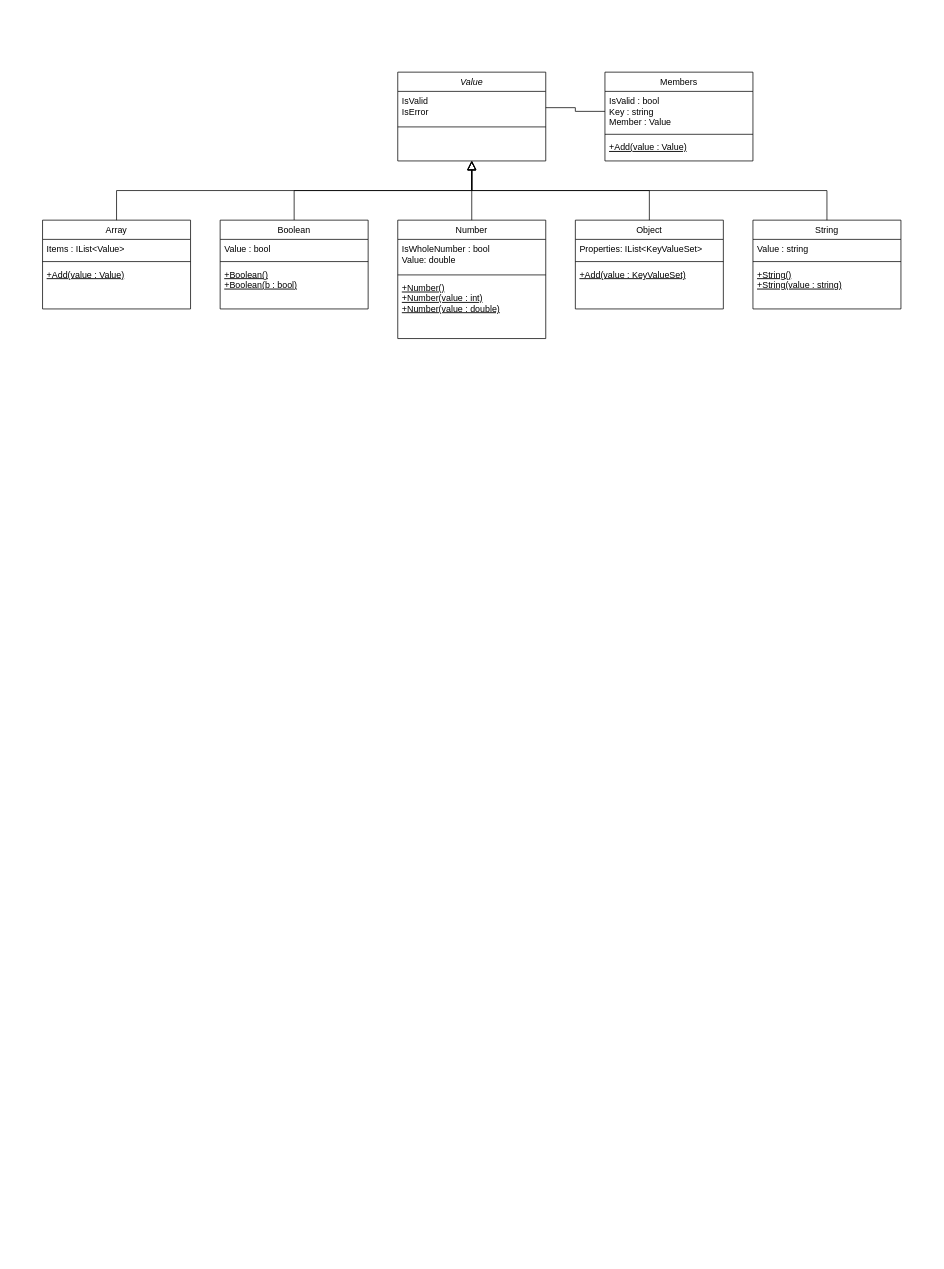
Before: CSE 681 - Project 1 - Patrick McDougle - Package Class Diagram - DOM.drawio in PatrickMcDougle/CSE681, a draw.io diagram. Source tidied: cells renumbered, new cells numbered last; positions are measured from the earlier drawing's top-left corner, leaving out a move shared by most shapes. Both pictures are drawn from the tidied source at 74%, with x=0, y=0 at pixel (42, 72).
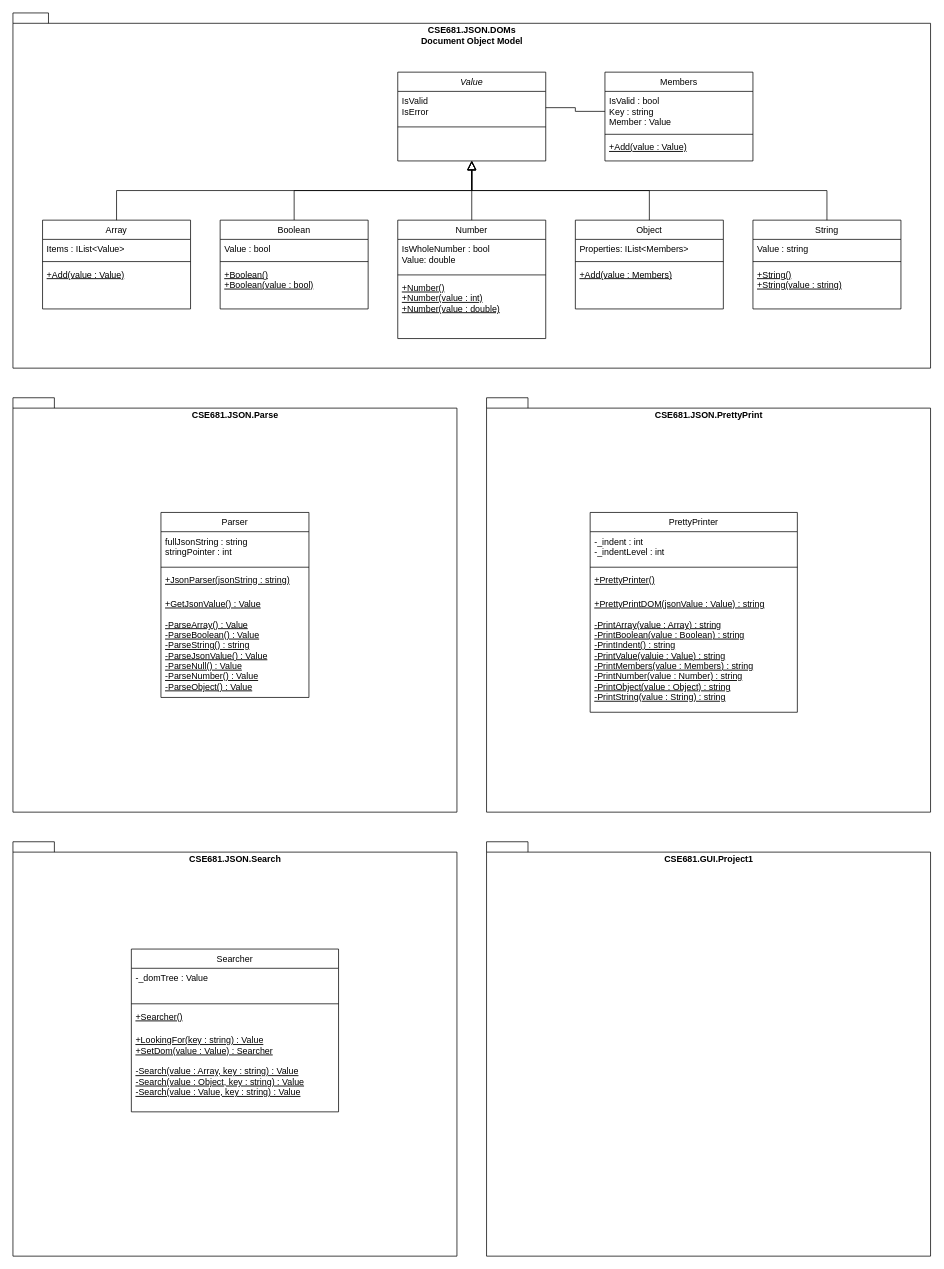
The same diagram, later.

The change refers to these unchanged cells:
```xml
<mxCell id="11" value="Boolean" style="swimlane;fontStyle=0;align=center;verticalAlign=top;horizontal=1;startSize=26;rounded=0;shadow=0;strokeWidth=1;" parent="1" vertex="1">
  <mxGeometry x="240" y="200" width="200" height="120" as="geometry" />
</mxCell>
<mxCell id="23" value="Object" style="swimlane;fontStyle=0;align=center;verticalAlign=top;horizontal=1;startSize=26;rounded=0;shadow=0;strokeWidth=1;" parent="1" vertex="1">
  <mxGeometry x="720" y="200" width="200" height="120" as="geometry" />
</mxCell>
```

Diff of the diagram source:
```diff
@@
+    <mxCell id="35" value="CSE681.JSON.DOMs&lt;div&gt;&lt;span&gt;Document Object Model&lt;/span&gt;&lt;/div&gt;" style="shape=folder;fontStyle=1;spacingTop=10;tabWidth=40;tabHeight=14;tabPosition=left;html=1;align=center;horizontal=1;verticalAlign=top;" parent="1" vertex="1">
+      <mxGeometry x="-40" y="-80" width="1240" height="480" as="geometry" />
+    </mxCell>
@@
-    <mxCell id="14" value="+Boolean()&#10;+Boolean(b : bool)" style="text;align=left;verticalAlign=top;spacingLeft=4;spacingRight=4;overflow=hidden;fontStyle=4;" parent="11" vertex="1">
+    <mxCell id="14" value="+Boolean()&#10;+Boolean(value : bool)" style="text;align=left;verticalAlign=top;spacingLeft=4;spacingRight=4;overflow=hidden;fontStyle=4;" parent="11" vertex="1">
       <mxGeometry y="60" width="200" height="40" as="geometry" />
     </mxCell>
@@
-    <mxCell id="24" value="Properties: IList&lt;KeyValueSet&gt;" style="text;align=left;verticalAlign=top;spacingLeft=4;spacingRight=4;overflow=hidden;" parent="23" vertex="1">
+    <mxCell id="24" value="Properties: IList&lt;Members&gt;" style="text;align=left;verticalAlign=top;spacingLeft=4;spacingRight=4;overflow=hidden;" parent="23" vertex="1">
       <mxGeometry y="26" width="200" height="26" as="geometry" />
     </mxCell>
@@
-    <mxCell id="26" value="+Add(value : KeyValueSet)" style="text;align=left;verticalAlign=top;spacingLeft=4;spacingRight=4;overflow=hidden;fontStyle=4;" parent="23" vertex="1">
+    <mxCell id="26" value="+Add(value : Members)" style="text;align=left;verticalAlign=top;spacingLeft=4;spacingRight=4;overflow=hidden;fontStyle=4;" parent="23" vertex="1">
       <mxGeometry y="60" width="200" height="26" as="geometry" />
     </mxCell>
@@
+    <mxCell id="36" value="CSE681.JSON.&lt;span&gt;Parse&lt;/span&gt;" style="shape=folder;fontStyle=1;spacingTop=10;tabWidth=40;tabHeight=14;tabPosition=left;html=1;align=center;horizontal=1;verticalAlign=top;" parent="1" vertex="1">
+      <mxGeometry x="-40" y="440" width="600" height="560" as="geometry" />
+    </mxCell>
+    <mxCell id="37" value="Parser" style="swimlane;fontStyle=0;align=center;verticalAlign=top;horizontal=1;startSize=26;rounded=0;shadow=0;strokeWidth=1;" parent="1" vertex="1">
+      <mxGeometry x="160" y="595" width="200" height="250" as="geometry" />
+    </mxCell>
+    <mxCell id="38" value="fullJsonString : string&#10;stringPointer : int" style="text;align=left;verticalAlign=top;spacingLeft=4;spacingRight=4;overflow=hidden;" parent="37" vertex="1">
+      <mxGeometry y="26" width="200" height="44" as="geometry" />
+    </mxCell>
+    <mxCell id="39" style="line;html=1;strokeWidth=1;align=left;verticalAlign=middle;spacingTop=-1;spacingLeft=3;spacingRight=3;labelPosition=right;" parent="37" vertex="1">
+      <mxGeometry y="70" width="200" height="8" as="geometry" />
+    </mxCell>
+    <mxCell id="40" value="+JsonParser(jsonString : string)" style="text;align=left;verticalAlign=top;spacingLeft=4;spacingRight=4;overflow=hidden;fontStyle=4;" parent="37" vertex="1">
+      <mxGeometry y="78" width="200" height="32" as="geometry" />
+    </mxCell>
+    <mxCell id="41" value="+GetJsonValue() : Value&#10;&#10;-ParseArray() : Value&#10;-ParseBoolean() : Value&#10;-ParseString() : string&#10;-ParseJsonValue() : Value&#10;-ParseNull() : Value&#10;-ParseNumber() : Value&#10;-ParseObject() : Value&#10;" style="text;align=left;verticalAlign=top;spacingLeft=4;spacingRight=4;overflow=hidden;fontStyle=4;" parent="37" vertex="1">
+      <mxGeometry y="110" width="200" height="140" as="geometry" />
+    </mxCell>
+    <mxCell id="42" value="CSE681.JSON.&lt;span&gt;PrettyPrint&lt;/span&gt;" style="shape=folder;fontStyle=1;spacingTop=10;tabWidth=40;tabHeight=14;tabPosition=left;html=1;align=center;horizontal=1;verticalAlign=top;" parent="1" vertex="1">
+      <mxGeometry x="600" y="440" width="600" height="560" as="geometry" />
+    </mxCell>
+    <mxCell id="43" value="PrettyPrinter" style="swimlane;fontStyle=0;align=center;verticalAlign=top;horizontal=1;startSize=26;rounded=0;shadow=0;strokeWidth=1;" parent="1" vertex="1">
+      <mxGeometry x="740" y="595" width="280" height="270" as="geometry" />
+    </mxCell>
+    <mxCell id="44" value="-_indent : int&#10;-_indentLevel : int" style="text;align=left;verticalAlign=top;spacingLeft=4;spacingRight=4;overflow=hidden;" parent="43" vertex="1">
+      <mxGeometry y="26" width="280" height="44" as="geometry" />
+    </mxCell>
+    <mxCell id="45" style="line;html=1;strokeWidth=1;align=left;verticalAlign=middle;spacingTop=-1;spacingLeft=3;spacingRight=3;labelPosition=right;" parent="43" vertex="1">
+      <mxGeometry y="70" width="280" height="8" as="geometry" />
+    </mxCell>
+    <mxCell id="46" value="+PrettyPrinter()" style="text;align=left;verticalAlign=top;spacingLeft=4;spacingRight=4;overflow=hidden;fontStyle=4;" parent="43" vertex="1">
+      <mxGeometry y="78" width="280" height="32" as="geometry" />
+    </mxCell>
+    <mxCell id="47" value="+PrettyPrintDOM(jsonValue : Value) : string&#10;&#10;-PrintArray(value : Array) : string&#10;-PrintBoolean(value : Boolean) : string&#10;-PrintIndent() : string&#10;-PrintValue(valuie : Value) : string&#10;-PrintMembers(value : Members) : string&#10;-PrintNumber(value : Number) : string&#10;-PrintObject(value : Object) : string&#10;-PrintString(value : String) : string" style="text;align=left;verticalAlign=top;spacingLeft=4;spacingRight=4;overflow=hidden;fontStyle=4;" parent="43" vertex="1">
+      <mxGeometry y="110" width="280" height="160" as="geometry" />
+    </mxCell>
+    <mxCell id="48" value="CSE681.JSON.Search" style="shape=folder;fontStyle=1;spacingTop=10;tabWidth=40;tabHeight=14;tabPosition=left;html=1;align=center;horizontal=1;verticalAlign=top;" parent="1" vertex="1">
+      <mxGeometry x="-40" y="1040" width="600" height="560" as="geometry" />
+    </mxCell>
+    <mxCell id="49" value="CSE681.GUI.Project1" style="shape=folder;fontStyle=1;spacingTop=10;tabWidth=40;tabHeight=14;tabPosition=left;html=1;align=center;horizontal=1;verticalAlign=top;" parent="1" vertex="1">
+      <mxGeometry x="600" y="1040" width="600" height="560" as="geometry" />
+    </mxCell>
+    <mxCell id="50" value="Searcher" style="swimlane;fontStyle=0;align=center;verticalAlign=top;horizontal=1;startSize=26;rounded=0;shadow=0;strokeWidth=1;" parent="1" vertex="1">
+      <mxGeometry x="120" y="1185" width="280" height="220" as="geometry" />
+    </mxCell>
+    <mxCell id="51" value="-_domTree : Value" style="text;align=left;verticalAlign=top;spacingLeft=4;spacingRight=4;overflow=hidden;" parent="50" vertex="1">
+      <mxGeometry y="26" width="280" height="44" as="geometry" />
+    </mxCell>
+    <mxCell id="52" style="line;html=1;strokeWidth=1;align=left;verticalAlign=middle;spacingTop=-1;spacingLeft=3;spacingRight=3;labelPosition=right;" parent="50" vertex="1">
+      <mxGeometry y="70" width="280" height="8" as="geometry" />
+    </mxCell>
+    <mxCell id="53" value="+Searcher()" style="text;align=left;verticalAlign=top;spacingLeft=4;spacingRight=4;overflow=hidden;fontStyle=4;" parent="50" vertex="1">
+      <mxGeometry y="78" width="280" height="32" as="geometry" />
+    </mxCell>
+    <mxCell id="54" value="+LookingFor(key : string) : Value&#10;+SetDom(value : Value) : Searcher&#10;&#10;-Search(value : Array, key : string) : Value&#10;-Search(value : Object, key : string) : Value&#10;-Search(value : Value, key : string) : Value" style="text;align=left;verticalAlign=top;spacingLeft=4;spacingRight=4;overflow=hidden;fontStyle=4;" parent="50" vertex="1">
+      <mxGeometry y="110" width="280" height="110" as="geometry" />
+    </mxCell>
```
